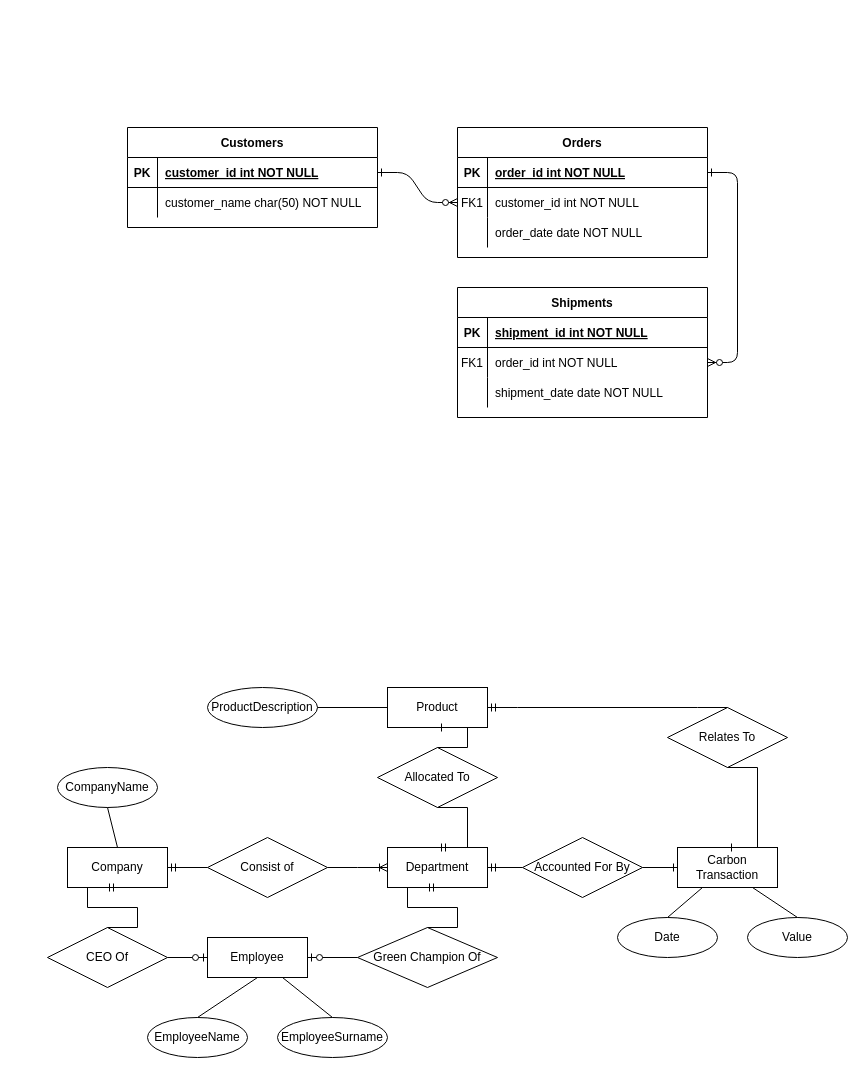
Before: Untitled Diagram.drawio in Toros1011/GitTutorial, a draw.io diagram. Source tidied: cells renumbered, new cells numbered last; positions are measured from the earlier drawing's top-left corner, leaving out a move shared by most shapes. Both pictures are drawn from the tidied source at 100%, with x=0, y=0 at pixel (47, 127).
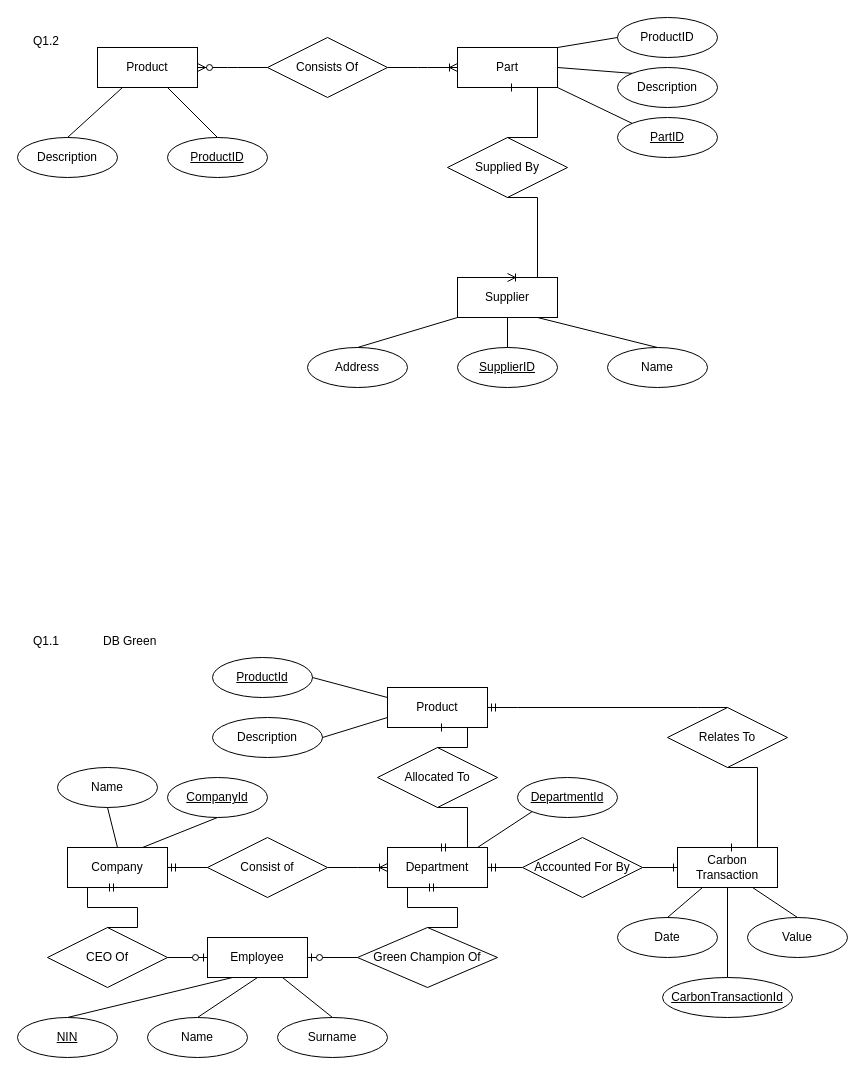
The same diagram, later.

The change refers to these unchanged cells:
```xml
<mxCell id="31" value="Company" style="whiteSpace=wrap;html=1;align=center;" parent="1" vertex="1">
  <mxGeometry x="20" y="720" width="100" height="40" as="geometry" />
</mxCell>
<mxCell id="37" value="Employee" style="whiteSpace=wrap;html=1;align=center;" parent="1" vertex="1">
  <mxGeometry x="160" y="810" width="100" height="40" as="geometry" />
</mxCell>
<mxCell id="46" value="Product" style="whiteSpace=wrap;html=1;align=center;" parent="1" vertex="1">
  <mxGeometry x="340" y="560" width="100" height="40" as="geometry" />
</mxCell>
<mxCell id="50" value="Carbon Transaction" style="whiteSpace=wrap;html=1;align=center;" parent="1" vertex="1">
  <mxGeometry x="630" y="720" width="100" height="40" as="geometry" />
</mxCell>
```

The edit, as a diff of the source:
```diff
@@
-    <mxCell id="2" style="edgeStyle=entityRelationEdgeStyle;endArrow=ERzeroToMany;startArrow=ERone;endFill=1;startFill=0;" parent="1" edge="1" source="25" target="8">
-      <mxGeometry relative="1" as="geometry" />
-    </mxCell>
-    <mxCell id="3" style="edgeStyle=entityRelationEdgeStyle;endArrow=ERzeroToMany;startArrow=ERone;endFill=1;startFill=0;" parent="1" edge="1" source="5" target="18">
-      <mxGeometry relative="1" as="geometry" />
-    </mxCell>
-    <mxCell id="4" value="Orders" style="shape=table;startSize=30;childLayout=tableLayout;rowLines=0;fontStyle=1;align=center;" parent="1" vertex="1">
-      <mxGeometry x="410" width="250" height="130" as="geometry" />
-    </mxCell>
-    <mxCell id="5" style="shape=partialRectangle;fillColor=none;points=[[0,0.5],[1,0.5]];portConstraint=eastwest;top=0;left=0;right=0;bottom=1;" parent="4" vertex="1">
-      <mxGeometry y="30" width="250" height="30" as="geometry" />
-    </mxCell>
-    <mxCell id="6" value="PK" style="shape=partialRectangle;overflow=hidden;fillColor=none;top=0;left=0;bottom=0;right=0;fontStyle=1;" parent="5" vertex="1">
-      <mxGeometry width="30" height="30" as="geometry" />
-    </mxCell>
-    <mxCell id="7" value="order_id int NOT NULL " style="shape=partialRectangle;overflow=hidden;fillColor=none;top=0;left=0;bottom=0;right=0;align=left;spacingLeft=6;fontStyle=5;" parent="5" vertex="1">
-      <mxGeometry x="30" width="220" height="30" as="geometry" />
-    </mxCell>
-    <mxCell id="8" style="shape=partialRectangle;fillColor=none;points=[[0,0.5],[1,0.5]];portConstraint=eastwest;top=0;left=0;right=0;bottom=0;" parent="4" vertex="1">
-      <mxGeometry y="60" width="250" height="30" as="geometry" />
-    </mxCell>
-    <mxCell id="9" value="FK1" style="shape=partialRectangle;overflow=hidden;fillColor=none;top=0;left=0;bottom=0;right=0;" parent="8" vertex="1">
-      <mxGeometry width="30" height="30" as="geometry" />
-    </mxCell>
-    <mxCell id="10" value="customer_id int NOT NULL" style="shape=partialRectangle;overflow=hidden;fillColor=none;top=0;left=0;bottom=0;right=0;align=left;spacingLeft=6;" parent="8" vertex="1">
-      <mxGeometry x="30" width="220" height="30" as="geometry" />
-    </mxCell>
-    <mxCell id="11" style="shape=partialRectangle;fillColor=none;top=0;left=0;right=0;bottom=0;" parent="4" vertex="1">
-      <mxGeometry y="90" width="250" height="30" as="geometry" />
-    </mxCell>
-    <mxCell id="12" style="shape=partialRectangle;overflow=hidden;fillColor=none;top=0;left=0;bottom=0;right=0;" parent="11" vertex="1">
-      <mxGeometry width="30" height="30" as="geometry" />
-    </mxCell>
-    <mxCell id="13" value="order_date date NOT NULL" style="shape=partialRectangle;overflow=hidden;fillColor=none;top=0;left=0;bottom=0;right=0;align=left;spacingLeft=6;" parent="11" vertex="1">
-      <mxGeometry x="30" width="220" height="30" as="geometry" />
-    </mxCell>
-    <mxCell id="14" value="Shipments" style="shape=table;startSize=30;childLayout=tableLayout;rowLines=0;fontStyle=1;align=center;" parent="1" vertex="1">
-      <mxGeometry x="410" y="160" width="250" height="130" as="geometry" />
-    </mxCell>
-    <mxCell id="15" style="shape=partialRectangle;fillColor=none;top=0;left=0;right=0;bottom=1;" parent="14" vertex="1">
-      <mxGeometry y="30" width="250" height="30" as="geometry" />
-    </mxCell>
-    <mxCell id="16" value="PK" style="shape=partialRectangle;overflow=hidden;fillColor=none;top=0;left=0;bottom=0;right=0;fontStyle=1;" parent="15" vertex="1">
-      <mxGeometry width="30" height="30" as="geometry" />
-    </mxCell>
-    <mxCell id="17" value="shipment_id int NOT NULL " style="shape=partialRectangle;overflow=hidden;fillColor=none;top=0;left=0;bottom=0;right=0;align=left;spacingLeft=6;fontStyle=5;" parent="15" vertex="1">
-      <mxGeometry x="30" width="220" height="30" as="geometry" />
-    </mxCell>
-    <mxCell id="18" style="shape=partialRectangle;fillColor=none;points=[[0,0.5],[1,0.5]];portConstraint=eastwest;top=0;left=0;right=0;bottom=0;" parent="14" vertex="1">
-      <mxGeometry y="60" width="250" height="30" as="geometry" />
-    </mxCell>
-    <mxCell id="19" value="FK1" style="shape=partialRectangle;overflow=hidden;fillColor=none;top=0;left=0;bottom=0;right=0;" parent="18" vertex="1">
-      <mxGeometry width="30" height="30" as="geometry" />
-    </mxCell>
-    <mxCell id="20" value="order_id int NOT NULL" style="shape=partialRectangle;overflow=hidden;fillColor=none;top=0;left=0;bottom=0;right=0;align=left;spacingLeft=6;" parent="18" vertex="1">
-      <mxGeometry x="30" width="220" height="30" as="geometry" />
-    </mxCell>
-    <mxCell id="21" style="shape=partialRectangle;fillColor=none;top=0;left=0;right=0;bottom=0;" parent="14" vertex="1">
-      <mxGeometry y="90" width="250" height="30" as="geometry" />
-    </mxCell>
-    <mxCell id="22" style="shape=partialRectangle;overflow=hidden;fillColor=none;top=0;left=0;bottom=0;right=0;" parent="21" vertex="1">
-      <mxGeometry width="30" height="30" as="geometry" />
-    </mxCell>
-    <mxCell id="23" value="shipment_date date NOT NULL" style="shape=partialRectangle;overflow=hidden;fillColor=none;top=0;left=0;bottom=0;right=0;align=left;spacingLeft=6;" parent="21" vertex="1">
-      <mxGeometry x="30" width="220" height="30" as="geometry" />
-    </mxCell>
-    <mxCell id="24" value="Customers" style="shape=table;startSize=30;childLayout=tableLayout;rowLines=0;fontStyle=1;align=center;" parent="1" vertex="1">
-      <mxGeometry x="80" width="250" height="100" as="geometry" />
-    </mxCell>
-    <mxCell id="25" style="shape=partialRectangle;fillColor=none;points=[[0,0.5],[1,0.5]];portConstraint=eastwest;top=0;left=0;right=0;bottom=1;" parent="24" vertex="1">
-      <mxGeometry y="30" width="250" height="30" as="geometry" />
-    </mxCell>
-    <mxCell id="26" value="PK" style="shape=partialRectangle;overflow=hidden;fillColor=none;top=0;left=0;bottom=0;right=0;fontStyle=1;" parent="25" vertex="1">
-      <mxGeometry width="30" height="30" as="geometry" />
-    </mxCell>
-    <mxCell id="27" value="customer_id int NOT NULL " style="shape=partialRectangle;overflow=hidden;fillColor=none;top=0;left=0;bottom=0;right=0;align=left;spacingLeft=6;fontStyle=5;" parent="25" vertex="1">
-      <mxGeometry x="30" width="220" height="30" as="geometry" />
-    </mxCell>
-    <mxCell id="28" style="shape=partialRectangle;fillColor=none;top=0;left=0;right=0;bottom=0;" parent="24" vertex="1">
-      <mxGeometry y="60" width="250" height="30" as="geometry" />
-    </mxCell>
-    <mxCell id="29" style="shape=partialRectangle;overflow=hidden;fillColor=none;top=0;left=0;bottom=0;right=0;" parent="28" vertex="1">
-      <mxGeometry width="30" height="30" as="geometry" />
-    </mxCell>
-    <mxCell id="30" value="customer_name char(50) NOT NULL" style="shape=partialRectangle;overflow=hidden;fillColor=none;top=0;left=0;bottom=0;right=0;align=left;spacingLeft=6;" parent="28" vertex="1">
-      <mxGeometry x="30" width="220" height="30" as="geometry" />
-    </mxCell>
@@
-    <mxCell id="32" value="CompanyName" style="ellipse;whiteSpace=wrap;html=1;align=center;" parent="1" vertex="1">
+    <mxCell id="32" value="Name" style="ellipse;whiteSpace=wrap;html=1;align=center;" parent="1" vertex="1">
       <mxGeometry x="10" y="640" width="100" height="40" as="geometry" />
     </mxCell>
@@
-    <mxCell id="44" value="EmployeeSurname" style="ellipse;whiteSpace=wrap;html=1;align=center;" parent="1" vertex="1">
+    <mxCell id="44" value="Surname" style="ellipse;whiteSpace=wrap;html=1;align=center;" parent="1" vertex="1">
       <mxGeometry x="230" y="890" width="110" height="40" as="geometry" />
     </mxCell>
-    <mxCell id="45" value="EmployeeName" style="ellipse;whiteSpace=wrap;html=1;align=center;" parent="1" vertex="1">
+    <mxCell id="45" value="Name" style="ellipse;whiteSpace=wrap;html=1;align=center;" parent="1" vertex="1">
       <mxGeometry x="100" y="890" width="100" height="40" as="geometry" />
     </mxCell>
@@
-    <mxCell id="49" value="ProductDescription" style="ellipse;whiteSpace=wrap;html=1;align=center;" parent="1" vertex="1">
-      <mxGeometry x="160" y="560" width="110" height="40" as="geometry" />
+    <mxCell id="49" value="Description" style="ellipse;whiteSpace=wrap;html=1;align=center;" parent="1" vertex="1">
+      <mxGeometry x="165" y="590" width="110" height="40" as="geometry" />
     </mxCell>
@@
-    <mxCell id="56" style="endArrow=none;html=1;rounded=0;entryX=1;entryY=0.5;entryDx=0;entryDy=0;exitX=0;exitY=0.5;exitDx=0;exitDy=0;" parent="1" edge="1" source="46" target="49">
+    <mxCell id="56" style="endArrow=none;html=1;rounded=0;entryX=1;entryY=0.5;entryDx=0;entryDy=0;exitX=0;exitY=0.75;exitDx=0;exitDy=0;" parent="1" edge="1" source="46" target="49">
       <mxGeometry relative="1" as="geometry" />
     </mxCell>
@@
+    <mxCell id="66" style="endArrow=none;html=1;rounded=0;entryX=0.25;entryY=1;entryDx=0;entryDy=0;" parent="1" edge="1" target="37">
+      <mxGeometry relative="1" as="geometry">
+        <mxPoint x="20" y="890" as="sourcePoint" />
+      </mxGeometry>
+    </mxCell>
+    <mxCell id="67" value="NIN" style="ellipse;whiteSpace=wrap;html=1;align=center;fontStyle=4;" parent="1" vertex="1">
+      <mxGeometry x="-30" y="890" width="100" height="40" as="geometry" />
+    </mxCell>
+    <mxCell id="68" value="ProductId" style="ellipse;whiteSpace=wrap;html=1;align=center;fontStyle=4;" parent="1" vertex="1">
+      <mxGeometry x="165" y="530" width="100" height="40" as="geometry" />
+    </mxCell>
+    <mxCell id="69" style="endArrow=none;html=1;rounded=0;entryX=0;entryY=0.25;entryDx=0;entryDy=0;exitX=1;exitY=0.5;exitDx=0;exitDy=0;" parent="1" edge="1" source="68" target="46">
+      <mxGeometry relative="1" as="geometry" />
+    </mxCell>
+    <mxCell id="70" value="CarbonTransactionId" style="ellipse;whiteSpace=wrap;html=1;align=center;fontStyle=4;" parent="1" vertex="1">
+      <mxGeometry x="615" y="850" width="130" height="40" as="geometry" />
+    </mxCell>
+    <mxCell id="71" style="endArrow=none;html=1;rounded=0;entryX=0.5;entryY=1;entryDx=0;entryDy=0;exitX=0.5;exitY=0;exitDx=0;exitDy=0;" parent="1" edge="1" source="70" target="50">
+      <mxGeometry relative="1" as="geometry" />
+    </mxCell>
+    <mxCell id="72" value="CompanyId" style="ellipse;whiteSpace=wrap;html=1;align=center;fontStyle=4;" parent="1" vertex="1">
+      <mxGeometry x="120" y="650" width="100" height="40" as="geometry" />
+    </mxCell>
+    <mxCell id="73" style="endArrow=none;html=1;rounded=0;entryX=0.5;entryY=1;entryDx=0;entryDy=0;exitX=0.75;exitY=0;exitDx=0;exitDy=0;" parent="1" edge="1" source="31" target="72">
+      <mxGeometry relative="1" as="geometry" />
+    </mxCell>
+    <mxCell id="74" value="DepartmentId" style="ellipse;whiteSpace=wrap;html=1;align=center;fontStyle=4;" parent="1" vertex="1">
+      <mxGeometry x="470" y="650" width="100" height="40" as="geometry" />
+    </mxCell>
+    <mxCell id="75" style="endArrow=none;html=1;rounded=0;entryX=0;entryY=1;entryDx=0;entryDy=0;" parent="1" edge="1" target="74">
+      <mxGeometry relative="1" as="geometry">
+        <mxPoint x="430" y="720" as="sourcePoint" />
+      </mxGeometry>
+    </mxCell>
+    <mxCell id="76" value="Q1.1" style="text;strokeColor=none;fillColor=none;spacingLeft=4;spacingRight=4;overflow=hidden;fontSize=12;" parent="1" vertex="1">
+      <mxGeometry x="-20" y="500" width="40" height="30" as="geometry" />
+    </mxCell>
+    <mxCell id="77" value="Q1.2" style="text;strokeColor=none;fillColor=none;spacingLeft=4;spacingRight=4;overflow=hidden;fontSize=12;" parent="1" vertex="1">
+      <mxGeometry x="-20" y="-100" width="40" height="30" as="geometry" />
+    </mxCell>
+    <mxCell id="78" value="Supplier" style="whiteSpace=wrap;html=1;align=center;" parent="1" vertex="1">
+      <mxGeometry x="410" y="150" width="100" height="40" as="geometry" />
+    </mxCell>
+    <mxCell id="79" value="Part" style="whiteSpace=wrap;html=1;align=center;" parent="1" vertex="1">
+      <mxGeometry x="410" y="-80" width="100" height="40" as="geometry" />
+    </mxCell>
+    <mxCell id="80" value="Product" style="whiteSpace=wrap;html=1;align=center;" parent="1" vertex="1">
+      <mxGeometry x="50" y="-80" width="100" height="40" as="geometry" />
+    </mxCell>
+    <mxCell id="81" value="Consists Of" style="shape=rhombus;perimeter=rhombusPerimeter;whiteSpace=wrap;html=1;align=center;" parent="1" vertex="1">
+      <mxGeometry x="220" y="-90" width="120" height="60" as="geometry" />
+    </mxCell>
+    <mxCell id="82" value="Supplied By" style="shape=rhombus;perimeter=rhombusPerimeter;whiteSpace=wrap;html=1;align=center;" parent="1" vertex="1">
+      <mxGeometry x="400" y="10" width="120" height="60" as="geometry" />
+    </mxCell>
+    <mxCell id="83" style="edgeStyle=entityRelationEdgeStyle;fontSize=12;html=1;endArrow=ERzeroToMany;endFill=1;rounded=0;entryX=1;entryY=0.5;entryDx=0;entryDy=0;exitX=0;exitY=0.5;exitDx=0;exitDy=0;" parent="1" edge="1" source="81" target="80">
+      <mxGeometry relative="1" as="geometry" />
+    </mxCell>
+    <mxCell id="84" style="edgeStyle=entityRelationEdgeStyle;fontSize=12;html=1;endArrow=ERoneToMany;rounded=0;entryX=0;entryY=0.5;entryDx=0;entryDy=0;exitX=1;exitY=0.5;exitDx=0;exitDy=0;" parent="1" edge="1" source="81" target="79">
+      <mxGeometry relative="1" as="geometry" />
+    </mxCell>
+    <mxCell id="85" style="edgeStyle=entityRelationEdgeStyle;fontSize=12;html=1;endArrow=ERone;endFill=1;rounded=0;entryX=0.5;entryY=1;entryDx=0;entryDy=0;exitX=0.5;exitY=0;exitDx=0;exitDy=0;" parent="1" edge="1" source="82" target="79">
+      <mxGeometry relative="1" as="geometry" />
+    </mxCell>
+    <mxCell id="86" style="edgeStyle=entityRelationEdgeStyle;fontSize=12;html=1;endArrow=ERoneToMany;rounded=0;exitX=0.5;exitY=1;exitDx=0;exitDy=0;entryX=0.5;entryY=0;entryDx=0;entryDy=0;" parent="1" edge="1" source="82" target="78">
+      <mxGeometry relative="1" as="geometry" />
+    </mxCell>
+    <mxCell id="87" value="ProductID" style="ellipse;whiteSpace=wrap;html=1;align=center;fontStyle=4;" parent="1" vertex="1">
+      <mxGeometry x="120" y="10" width="100" height="40" as="geometry" />
+    </mxCell>
+    <mxCell id="88" value="Description" style="ellipse;whiteSpace=wrap;html=1;align=center;" parent="1" vertex="1">
+      <mxGeometry x="-30" y="10" width="100" height="40" as="geometry" />
+    </mxCell>
+    <mxCell id="89" style="endArrow=none;html=1;rounded=0;exitX=0.5;exitY=0;exitDx=0;exitDy=0;" parent="1" edge="1" source="87">
+      <mxGeometry relative="1" as="geometry">
+        <mxPoint x="120" y="-40" as="targetPoint" />
+      </mxGeometry>
+    </mxCell>
+    <mxCell id="90" style="endArrow=none;html=1;rounded=0;exitX=0.25;exitY=1;exitDx=0;exitDy=0;entryX=0.5;entryY=0;entryDx=0;entryDy=0;" parent="1" edge="1" source="80" target="88">
+      <mxGeometry relative="1" as="geometry" />
+    </mxCell>
+    <mxCell id="91" value="PartID" style="ellipse;whiteSpace=wrap;html=1;align=center;fontStyle=4;" parent="1" vertex="1">
+      <mxGeometry x="570" y="-10" width="100" height="40" as="geometry" />
+    </mxCell>
+    <mxCell id="92" value="Description" style="ellipse;whiteSpace=wrap;html=1;align=center;" parent="1" vertex="1">
+      <mxGeometry x="570" y="-60" width="100" height="40" as="geometry" />
+    </mxCell>
+    <mxCell id="93" value="ProductID" style="ellipse;whiteSpace=wrap;html=1;align=center;" parent="1" vertex="1">
+      <mxGeometry x="570" y="-110" width="100" height="40" as="geometry" />
+    </mxCell>
+    <mxCell id="94" value="DB Green" style="text;strokeColor=none;fillColor=none;spacingLeft=4;spacingRight=4;overflow=hidden;fontSize=12;" parent="1" vertex="1">
+      <mxGeometry x="50" y="500" width="70" height="30" as="geometry" />
+    </mxCell>
+    <mxCell id="95" style="endArrow=none;html=1;rounded=0;entryX=0;entryY=0.5;entryDx=0;entryDy=0;" parent="1" edge="1" target="93">
+      <mxGeometry relative="1" as="geometry">
+        <mxPoint x="510" y="-80" as="sourcePoint" />
+      </mxGeometry>
+    </mxCell>
+    <mxCell id="96" style="endArrow=none;html=1;rounded=0;entryX=0;entryY=0;entryDx=0;entryDy=0;exitX=1;exitY=1;exitDx=0;exitDy=0;" parent="1" edge="1" source="79" target="91">
+      <mxGeometry relative="1" as="geometry" />
+    </mxCell>
+    <mxCell id="97" style="endArrow=none;html=1;rounded=0;entryX=0;entryY=0;entryDx=0;entryDy=0;" parent="1" edge="1" target="92">
+      <mxGeometry relative="1" as="geometry">
+        <mxPoint x="510" y="-60" as="sourcePoint" />
+      </mxGeometry>
+    </mxCell>
+    <mxCell id="98" value="SupplierID" style="ellipse;whiteSpace=wrap;html=1;align=center;fontStyle=4;" parent="1" vertex="1">
+      <mxGeometry x="410" y="220" width="100" height="40" as="geometry" />
+    </mxCell>
+    <mxCell id="99" value="Address" style="ellipse;whiteSpace=wrap;html=1;align=center;" parent="1" vertex="1">
+      <mxGeometry x="260" y="220" width="100" height="40" as="geometry" />
+    </mxCell>
+    <mxCell id="100" value="Name" style="ellipse;whiteSpace=wrap;html=1;align=center;" parent="1" vertex="1">
+      <mxGeometry x="560" y="220" width="100" height="40" as="geometry" />
+    </mxCell>
+    <mxCell id="101" style="endArrow=none;html=1;rounded=0;entryX=0.5;entryY=1;entryDx=0;entryDy=0;exitX=0.5;exitY=0;exitDx=0;exitDy=0;" parent="1" edge="1" source="98" target="78">
+      <mxGeometry relative="1" as="geometry" />
+    </mxCell>
+    <mxCell id="102" style="endArrow=none;html=1;rounded=0;entryX=0.5;entryY=0;entryDx=0;entryDy=0;" parent="1" edge="1" target="100">
+      <mxGeometry relative="1" as="geometry">
+        <mxPoint x="490" y="190" as="sourcePoint" />
+      </mxGeometry>
+    </mxCell>
+    <mxCell id="103" style="endArrow=none;html=1;rounded=0;entryX=0;entryY=1;entryDx=0;entryDy=0;exitX=0.5;exitY=0;exitDx=0;exitDy=0;" parent="1" edge="1" source="99" target="78">
+      <mxGeometry relative="1" as="geometry" />
+    </mxCell>
```
